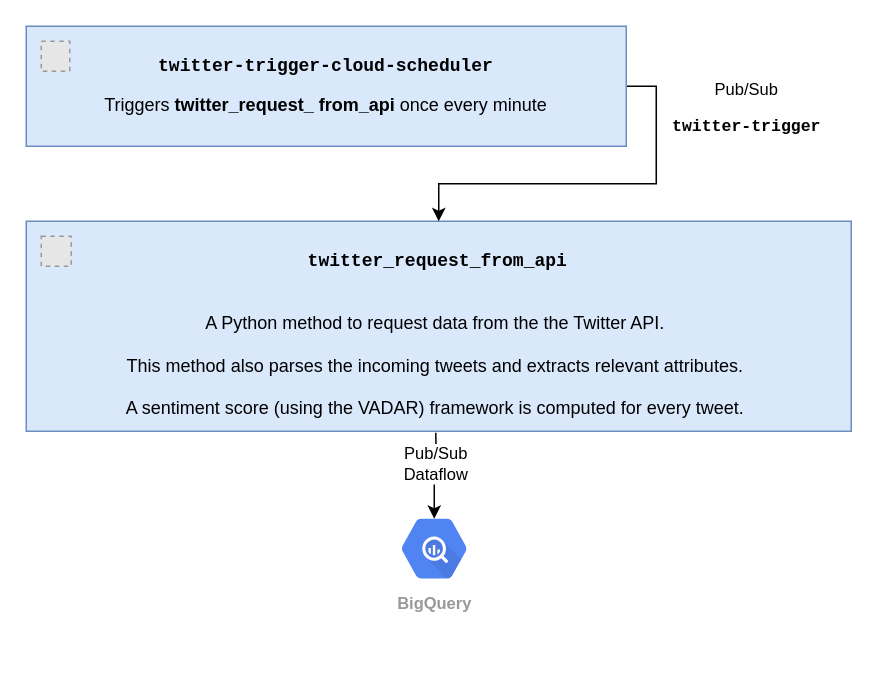
ptgrigorov27/TheMask keeps this draw.io diagram as page "Twitter Zoom-in" (3 of 6) of documentation/DataFlow.drawio. Above is the earlier version. Source tidied: cells renumbered, new cells numbered last; positions are measured from the earlier drawing's top-left corner, leaving out a move shared by most shapes. Both pictures are drawn from the tidied source at 150%, with x=0, y=0 at pixel (26, 26). Pictures stored in the file or linked from it are replaced by grey dashed boxes.
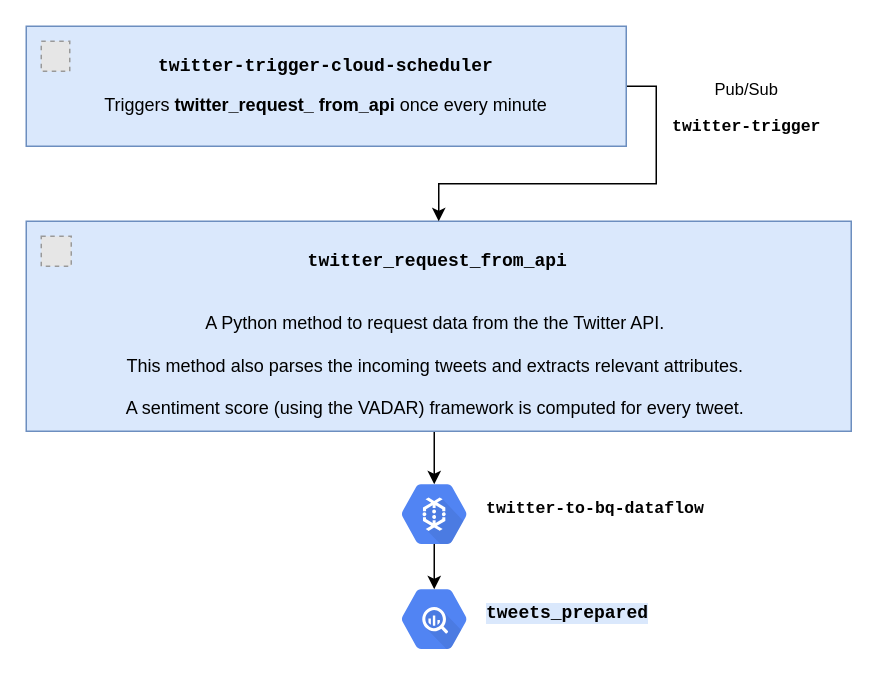
The same diagram, later.

What changed in the source:
```diff
@@
 <mxGraphModel>
   <root>
     <mxCell id="0" />
     <mxCell id="1" parent="0" />
-    <mxCell id="2" value="Pub/Sub&lt;br&gt;Dataflow" style="edgeStyle=orthogonalEdgeStyle;rounded=0;jettySize=auto;html=1;exitX=0.5;exitY=1;exitDx=0;exitDy=0;fontColor=#000000;entryX=0.5;entryY=0.16;entryDx=0;entryDy=0;entryPerimeter=0;" parent="1" edge="1" target="3">
-      <mxGeometry x="-0.27" relative="1" as="geometry">
-        <mxPoint x="273" y="271" as="sourcePoint" />
-      </mxGeometry>
-    </mxCell>
-    <mxCell id="3" value="BigQuery" style="sketch=0;html=1;fillColor=#5184F3;strokeColor=none;verticalAlign=top;labelPosition=center;verticalLabelPosition=bottom;align=center;spacingTop=-6;fontSize=11;fontStyle=1;fontColor=#999999;shape=mxgraph.gcp2.hexIcon;prIcon=bigquery;" parent="1" vertex="1">
-      <mxGeometry x="239" y="319" width="66" height="58.5" as="geometry" />
+    <mxCell id="3" value="&lt;pre style=&quot;color: rgb(0 , 0 , 0) ; font-size: 12px ; font-weight: 400&quot;&gt;&lt;span style=&quot;background-color: rgb(218 , 232 , 252)&quot;&gt;&lt;b&gt;tweets_prepared&lt;/b&gt;&lt;/span&gt;&lt;/pre&gt;" style="sketch=0;html=1;fillColor=#5184F3;strokeColor=none;verticalAlign=middle;labelPosition=right;verticalLabelPosition=middle;align=left;spacingTop=-6;fontSize=11;fontStyle=1;fontColor=#999999;shape=mxgraph.gcp2.hexIcon;prIcon=bigquery;" parent="1" vertex="1">
+      <mxGeometry x="239" y="366" width="66" height="58.5" as="geometry" />
     </mxCell>
+    <mxCell id="9" style="edgeStyle=orthogonalEdgeStyle;rounded=0;jettySize=auto;html=1;exitX=0.5;exitY=1;exitDx=0;exitDy=0;entryX=0.5;entryY=0.16;entryDx=0;entryDy=0;entryPerimeter=0;" parent="1" edge="1" source="4" target="11">
+      <mxGeometry relative="1" as="geometry" />
+    </mxCell>
     <mxCell id="4" value="&lt;pre&gt;&lt;b&gt;twitter_request_from_api&lt;/b&gt;&lt;/pre&gt;&lt;br&gt;A Python method to request data from the the Twitter API.&amp;nbsp;&lt;br&gt;&lt;br&gt;This method also parses the incoming tweets and extracts relevant attributes.&amp;nbsp;&lt;br&gt;&lt;br&gt;A sentiment score (using the VADAR) framework is computed for every tweet.&amp;nbsp;" style="rounded=0;whiteSpace=wrap;html=1;fillColor=#dae8fc;strokeColor=#6c8ebf;spacingLeft=8;spacingRight=9;" parent="1" vertex="1">
       <mxGeometry y="130" width="550" height="140" as="geometry" />
     </mxCell>
     <mxCell id="5" value="Pub/Sub&lt;br&gt;&lt;pre&gt;&lt;b&gt;twitter-trigger&lt;/b&gt;&lt;/pre&gt;" style="edgeStyle=orthogonalEdgeStyle;rounded=0;jettySize=auto;html=1;exitX=1;exitY=0.5;exitDx=0;exitDy=0;" parent="1" edge="1" source="7" target="4">
       <mxGeometry x="-0.69" y="60" relative="1" as="geometry" />
     </mxCell>
     <mxCell id="6" style="fillColor=#E6E6E6;strokeColor=#999999;dashed=1;verticalLabelPosition=bottom;labelBackgroundColor=#ffffff;verticalAlign=top;" parent="1" vertex="1">
       <mxGeometry x="10" y="140" width="20" height="20" as="geometry" />
     </mxCell>
     <mxCell id="7" value="&lt;pre&gt;&lt;pre&gt;&lt;b&gt;twitter-trigger-cloud-scheduler&lt;/b&gt;&lt;/pre&gt;&lt;span style=&quot;font-family: &amp;#34;helvetica&amp;#34;&quot;&gt;Triggers&amp;nbsp;&lt;/span&gt;&lt;b style=&quot;font-family: &amp;#34;helvetica&amp;#34;&quot;&gt;twitter_&lt;/b&gt;&lt;b style=&quot;font-family: &amp;#34;helvetica&amp;#34;&quot;&gt;request_&amp;nbsp;&lt;/b&gt;&lt;b style=&quot;font-family: &amp;#34;helvetica&amp;#34;&quot;&gt;from_api&amp;nbsp;&lt;/b&gt;&lt;span style=&quot;font-family: &amp;#34;helvetica&amp;#34;&quot;&gt;once every minute&lt;/span&gt;&lt;br&gt;&lt;/pre&gt;&lt;p&gt;&lt;/p&gt;" style="rounded=0;whiteSpace=wrap;html=1;fillColor=#dae8fc;strokeColor=#6c8ebf;" parent="1" vertex="1">
       <mxGeometry width="400" height="80" as="geometry" />
     </mxCell>
     <mxCell id="8" style="fillColor=#E6E6E6;strokeColor=#999999;dashed=1;verticalLabelPosition=bottom;labelBackgroundColor=#ffffff;verticalAlign=top;" parent="1" vertex="1">
       <mxGeometry x="10" y="10" width="19" height="20" as="geometry" />
     </mxCell>
+    <mxCell id="10" style="edgeStyle=orthogonalEdgeStyle;rounded=0;jettySize=auto;html=1;exitX=0.5;exitY=0.84;exitDx=0;exitDy=0;exitPerimeter=0;entryX=0.5;entryY=0.16;entryDx=0;entryDy=0;entryPerimeter=0;" parent="1" edge="1" source="11" target="3">
+      <mxGeometry relative="1" as="geometry" />
+    </mxCell>
+    <mxCell id="11" value="&lt;pre&gt;&lt;font color=&quot;#000000&quot;&gt;twitter-to-bq-dataflow&lt;span style=&quot;font-weight: 400&quot;&gt;&lt;br&gt;&lt;/span&gt;&lt;/font&gt;&lt;/pre&gt;" style="sketch=0;html=1;fillColor=#5184F3;strokeColor=none;verticalAlign=middle;labelPosition=right;verticalLabelPosition=middle;align=left;spacingTop=-6;fontSize=11;fontStyle=1;fontColor=#999999;shape=mxgraph.gcp2.hexIcon;prIcon=cloud_dataflow;horizontal=1;" parent="1" vertex="1">
+      <mxGeometry x="239" y="296" width="66" height="58.5" as="geometry" />
+    </mxCell>
   </root>
 </mxGraphModel>
```
